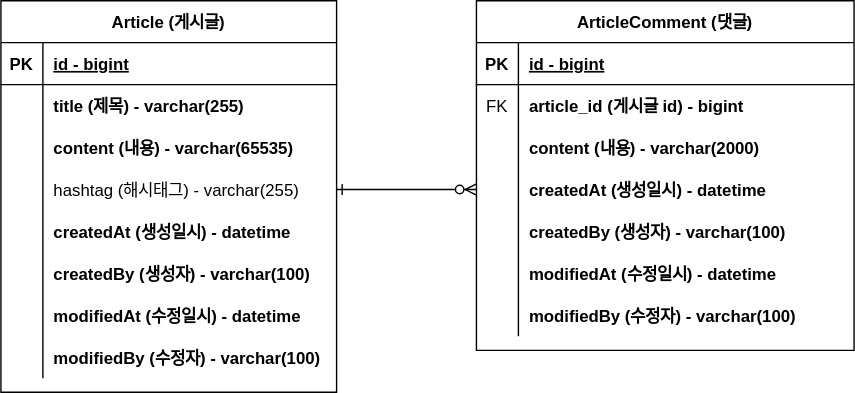
HJYU16/study-board keeps this draw.io diagram as document/board-erd.svg. Above is the earlier version. Source tidied: cells renumbered, new cells last; positions are measured from the earlier drawing's top-left corner, leaving out a move shared by most shapes.
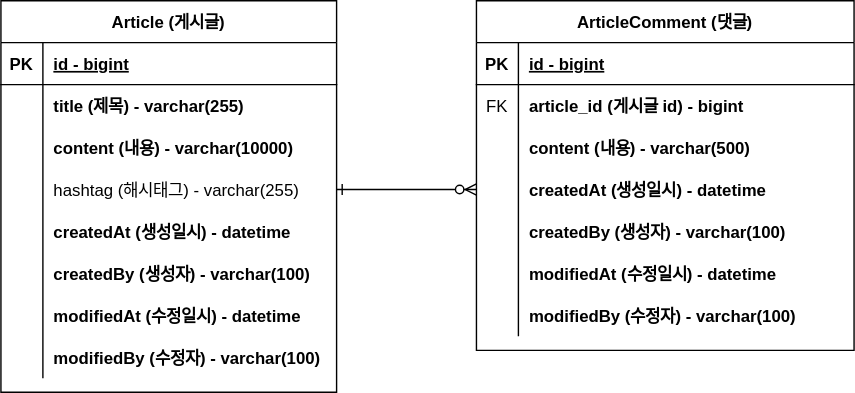
After the commit.

Commit message:
#9 - erd 업데이트 : content 사이즈 변경

What changed in the source:
```diff
@@ -32,7 +32,7 @@
     <mxCell id="11" style="shape=partialRectangle;overflow=hidden;fillColor=none;top=0;left=0;bottom=0;right=0;" parent="10" vertex="1">
       <mxGeometry width="30" height="30" as="geometry" />
     </mxCell>
-    <mxCell id="12" value="content (내용) - varchar(65535)" style="shape=partialRectangle;overflow=hidden;fillColor=none;top=0;left=0;bottom=0;right=0;align=left;spacingLeft=6;fontStyle=1;" parent="10" vertex="1">
+    <mxCell id="12" value="content (내용) - varchar(10000)" style="shape=partialRectangle;overflow=hidden;fillColor=none;top=0;left=0;bottom=0;right=0;align=left;spacingLeft=6;fontStyle=1;" parent="10" vertex="1">
       <mxGeometry x="30" width="210" height="30" as="geometry" />
     </mxCell>
     <mxCell id="13" style="shape=partialRectangle;fillColor=none;points=[[0,0.5],[1,0.5]];portConstraint=eastwest;top=0;left=0;right=0;bottom=0;" parent="3" vertex="1">
@@ -107,7 +107,7 @@
     <mxCell id="36" style="shape=partialRectangle;overflow=hidden;fillColor=none;top=0;left=0;bottom=0;right=0;" parent="35" vertex="1">
       <mxGeometry width="30" height="30" as="geometry" />
     </mxCell>
-    <mxCell id="37" value="content (내용) - varchar(2000)" style="shape=partialRectangle;overflow=hidden;fillColor=none;top=0;left=0;bottom=0;right=0;align=left;spacingLeft=6;fontStyle=1;" parent="35" vertex="1">
+    <mxCell id="37" value="content (내용) - varchar(500)" style="shape=partialRectangle;overflow=hidden;fillColor=none;top=0;left=0;bottom=0;right=0;align=left;spacingLeft=6;fontStyle=1;" parent="35" vertex="1">
       <mxGeometry x="30" width="240" height="30" as="geometry" />
     </mxCell>
     <mxCell id="38" style="shape=partialRectangle;fillColor=none;points=[[0,0.5],[1,0.5]];portConstraint=eastwest;top=0;left=0;right=0;bottom=0;" parent="28" vertex="1">
```
